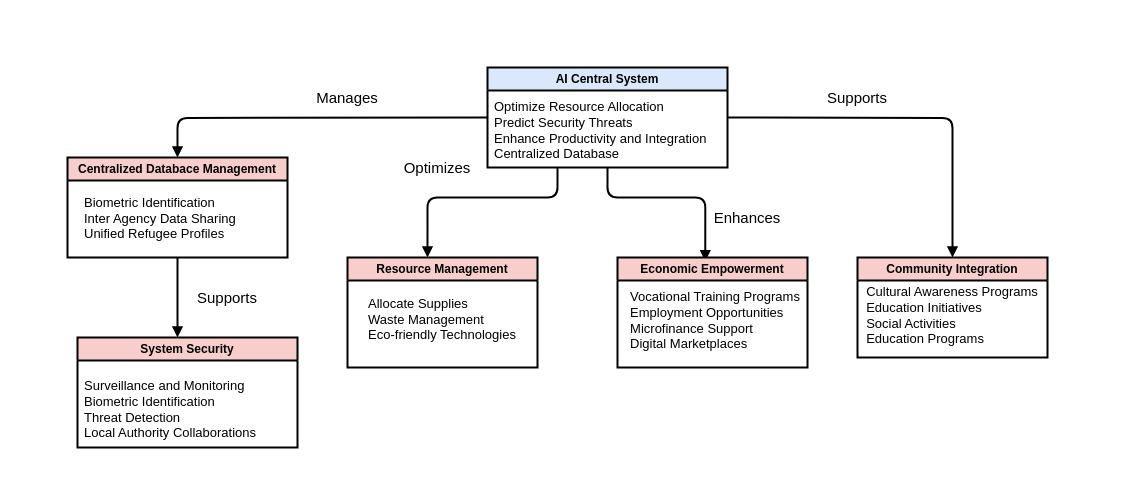
Above: RESEARCH METHODOLOGY/RESEARCH PAPER/RM FINAL DRAFS/RM propose solution.drawio in Tishat2247019/SUMMER-23-24 (draw.io), before the change. Source tidied: cells renumbered, new cells numbered last; positions are measured from the earlier drawing's top-left corner, leaving out a move shared by most shapes. Both pictures are drawn from the tidied source at 100%, with x=0, y=0 at pixel (17, 17).
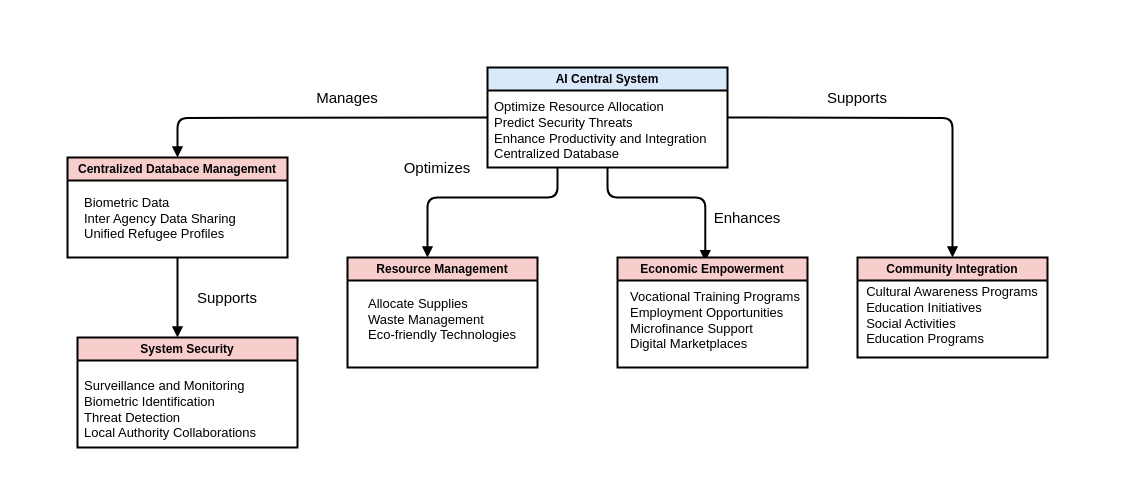
After the change.

The change refers to these unchanged cells:
```xml
<mxCell id="21" value="Centralized Databace Management" style="swimlane;whiteSpace=wrap;html=1;strokeWidth=2;fillColor=#f8cecc;strokeColor=#000000;" parent="1" vertex="1">
  <mxGeometry x="50" y="140" width="220" height="100" as="geometry" />
</mxCell>
```

What changed in the source:
```diff
@@
-    <mxCell id="22" value="&lt;div style=&quot;font-size: 13px;&quot;&gt;&lt;span style=&quot;background-color: initial;&quot;&gt;&lt;br&gt;Biometric Identification&lt;br&gt;Inter Agency Data Sharing&lt;/span&gt;&lt;/div&gt;&lt;div style=&quot;font-size: 13px;&quot;&gt;&lt;span style=&quot;background-color: initial;&quot;&gt;Unified Refugee Profiles&lt;/span&gt;&lt;/div&gt;" style="text;html=1;align=left;verticalAlign=middle;whiteSpace=wrap;rounded=0;" parent="21" vertex="1">
+    <mxCell id="22" value="&lt;div style=&quot;font-size: 13px;&quot;&gt;&lt;span style=&quot;background-color: initial;&quot;&gt;&lt;br&gt;Biometric Data&lt;br&gt;Inter Agency Data Sharing&lt;/span&gt;&lt;/div&gt;&lt;div style=&quot;font-size: 13px;&quot;&gt;&lt;span style=&quot;background-color: initial;&quot;&gt;Unified Refugee Profiles&lt;/span&gt;&lt;/div&gt;" style="text;html=1;align=left;verticalAlign=middle;whiteSpace=wrap;rounded=0;" parent="21" vertex="1">
       <mxGeometry x="15" y="33" width="155" height="40" as="geometry" />
     </mxCell>
```
